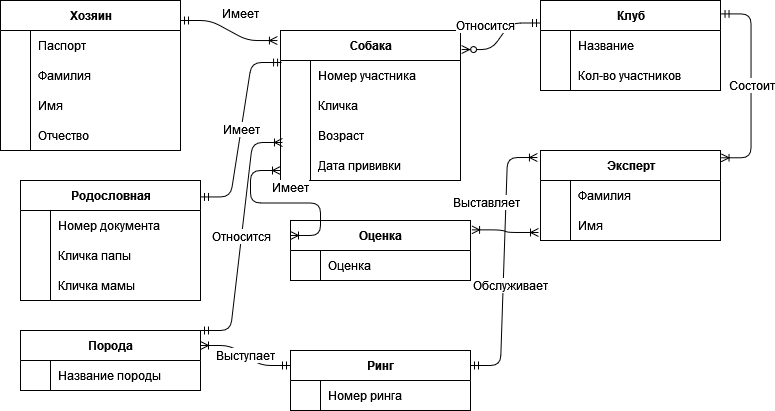
ShavrinAlex/Leti keeps this draw.io diagram as 5_semester/BD/lab_1/er.png. Above is the earlier version. Source tidied: cells renumbered, new cells last; positions are measured from the earlier drawing's top-left corner, leaving out a move shared by most shapes. Source of this version:
```xml
<mxGraphModel>
  <root>
    <mxCell id="0" />
    <mxCell id="1" parent="0" />
    <mxCell id="2" value="Собака" style="shape=table;startSize=30;rowLines=0;fontStyle=1;align=center;html=1;" parent="1" vertex="1">
      <mxGeometry x="280" y="70" width="180" height="150" as="geometry" />
    </mxCell>
    <mxCell id="3" style="shape=tableRow;horizontal=0;startSize=0;swimlaneHead=0;swimlaneBody=0;fillColor=none;points=[[0,0.5],[1,0.5]];portConstraint=eastwest;top=0;left=0;right=0;bottom=0;" parent="2" vertex="1">
      <mxGeometry y="30" width="180" height="30" as="geometry" />
    </mxCell>
    <mxCell id="4" style="shape=partialRectangle;fillColor=none;top=0;left=0;bottom=0;right=0;overflow=hidden;" parent="3" vertex="1">
      <mxGeometry width="30" height="30" as="geometry" />
    </mxCell>
    <mxCell id="5" value="Номер участника" style="shape=partialRectangle;fillColor=none;top=0;left=0;bottom=0;right=0;align=left;spacingLeft=6;overflow=hidden;" parent="3" vertex="1">
      <mxGeometry x="30" width="150" height="30" as="geometry" />
    </mxCell>
    <mxCell id="6" style="shape=tableRow;horizontal=0;startSize=0;swimlaneHead=0;swimlaneBody=0;fillColor=none;top=0;left=0;right=0;bottom=0;" parent="2" vertex="1">
      <mxGeometry y="60" width="180" height="30" as="geometry" />
    </mxCell>
    <mxCell id="7" style="shape=partialRectangle;fillColor=none;top=0;left=0;bottom=0;right=0;overflow=hidden;whiteSpace=wrap;html=1;" parent="6" vertex="1">
      <mxGeometry width="30" height="30" as="geometry" />
    </mxCell>
    <mxCell id="8" value="Кличка" style="shape=partialRectangle;fillColor=none;top=0;left=0;bottom=0;right=0;align=left;spacingLeft=6;overflow=hidden;whiteSpace=wrap;html=1;" parent="6" vertex="1">
      <mxGeometry x="30" width="150" height="30" as="geometry" />
    </mxCell>
    <mxCell id="9" style="shape=tableRow;horizontal=0;startSize=0;swimlaneHead=0;swimlaneBody=0;fillColor=none;points=[[0,0.5],[1,0.5]];portConstraint=eastwest;top=0;left=0;right=0;bottom=0;" parent="2" vertex="1">
      <mxGeometry y="90" width="180" height="30" as="geometry" />
    </mxCell>
    <mxCell id="10" style="shape=partialRectangle;fillColor=none;top=0;left=0;bottom=0;right=0;overflow=hidden;" parent="9" vertex="1">
      <mxGeometry width="30" height="30" as="geometry" />
    </mxCell>
    <mxCell id="11" value="Возраст" style="shape=partialRectangle;fillColor=none;top=0;left=0;bottom=0;right=0;align=left;spacingLeft=6;overflow=hidden;" parent="9" vertex="1">
      <mxGeometry x="30" width="150" height="30" as="geometry" />
    </mxCell>
    <mxCell id="12" style="shape=tableRow;horizontal=0;startSize=0;swimlaneHead=0;swimlaneBody=0;fillColor=none;top=0;left=0;right=0;bottom=0;" parent="2" vertex="1">
      <mxGeometry y="120" width="180" height="30" as="geometry" />
    </mxCell>
    <mxCell id="13" style="shape=partialRectangle;fillColor=none;top=0;left=0;bottom=0;right=0;overflow=hidden;" parent="12" vertex="1">
      <mxGeometry width="30" height="30" as="geometry" />
    </mxCell>
    <mxCell id="14" value="Дата прививки" style="shape=partialRectangle;fillColor=none;top=0;left=0;bottom=0;right=0;align=left;spacingLeft=6;overflow=hidden;" parent="12" vertex="1">
      <mxGeometry x="30" width="150" height="30" as="geometry" />
    </mxCell>
    <mxCell id="15" value="Клуб" style="shape=table;startSize=30;rowLines=0;fontStyle=1;align=center;html=1;" parent="1" vertex="1">
      <mxGeometry x="540" y="40" width="180" height="90" as="geometry" />
    </mxCell>
    <mxCell id="16" style="shape=tableRow;horizontal=0;startSize=0;swimlaneHead=0;swimlaneBody=0;fillColor=none;top=0;left=0;right=0;bottom=0;" parent="15" vertex="1">
      <mxGeometry y="30" width="180" height="30" as="geometry" />
    </mxCell>
    <mxCell id="17" style="shape=partialRectangle;fillColor=none;top=0;left=0;bottom=0;right=0;overflow=hidden;" parent="16" vertex="1">
      <mxGeometry width="30" height="30" as="geometry" />
    </mxCell>
    <mxCell id="18" value="Название" style="shape=partialRectangle;fillColor=none;top=0;left=0;bottom=0;right=0;align=left;spacingLeft=6;overflow=hidden;" parent="16" vertex="1">
      <mxGeometry x="30" width="150" height="30" as="geometry" />
    </mxCell>
    <mxCell id="19" style="shape=tableRow;horizontal=0;startSize=0;swimlaneHead=0;swimlaneBody=0;fillColor=none;top=0;left=0;right=0;bottom=0;" parent="15" vertex="1">
      <mxGeometry y="60" width="180" height="30" as="geometry" />
    </mxCell>
    <mxCell id="20" style="shape=partialRectangle;fillColor=none;top=0;left=0;bottom=0;right=0;overflow=hidden;" parent="19" vertex="1">
      <mxGeometry width="30" height="30" as="geometry" />
    </mxCell>
    <mxCell id="21" value="Кол-во участников" style="shape=partialRectangle;fillColor=none;top=0;left=0;bottom=0;right=0;align=left;spacingLeft=6;overflow=hidden;" parent="19" vertex="1">
      <mxGeometry x="30" width="150" height="30" as="geometry" />
    </mxCell>
    <mxCell id="22" value="Хозяин" style="shape=table;startSize=30;rowLines=0;fontStyle=1;align=center;html=1;" parent="1" vertex="1">
      <mxGeometry y="40" width="180" height="150" as="geometry" />
    </mxCell>
    <mxCell id="23" style="shape=tableRow;horizontal=0;startSize=0;swimlaneHead=0;swimlaneBody=0;fillColor=none;top=0;left=0;right=0;bottom=0;" parent="22" vertex="1">
      <mxGeometry y="30" width="180" height="30" as="geometry" />
    </mxCell>
    <mxCell id="24" style="shape=partialRectangle;fillColor=none;top=0;left=0;bottom=0;right=0;overflow=hidden;" parent="23" vertex="1">
      <mxGeometry width="30" height="30" as="geometry" />
    </mxCell>
    <mxCell id="25" value="Паспорт" style="shape=partialRectangle;fillColor=none;top=0;left=0;bottom=0;right=0;align=left;spacingLeft=6;overflow=hidden;" parent="23" vertex="1">
      <mxGeometry x="30" width="150" height="30" as="geometry" />
    </mxCell>
    <mxCell id="26" style="shape=tableRow;horizontal=0;startSize=0;swimlaneHead=0;swimlaneBody=0;fillColor=none;top=0;left=0;right=0;bottom=0;" parent="22" vertex="1">
      <mxGeometry y="60" width="180" height="30" as="geometry" />
    </mxCell>
    <mxCell id="27" style="shape=partialRectangle;fillColor=none;top=0;left=0;bottom=0;right=0;overflow=hidden;whiteSpace=wrap;html=1;" parent="26" vertex="1">
      <mxGeometry width="30" height="30" as="geometry" />
    </mxCell>
    <mxCell id="28" value="Фамилия" style="shape=partialRectangle;fillColor=none;top=0;left=0;bottom=0;right=0;align=left;spacingLeft=6;overflow=hidden;whiteSpace=wrap;html=1;" parent="26" vertex="1">
      <mxGeometry x="30" width="150" height="30" as="geometry" />
    </mxCell>
    <mxCell id="29" style="shape=tableRow;horizontal=0;startSize=0;swimlaneHead=0;swimlaneBody=0;fillColor=none;top=0;left=0;right=0;bottom=0;" parent="22" vertex="1">
      <mxGeometry y="90" width="180" height="30" as="geometry" />
    </mxCell>
    <mxCell id="30" style="shape=partialRectangle;fillColor=none;top=0;left=0;bottom=0;right=0;overflow=hidden;" parent="29" vertex="1">
      <mxGeometry width="30" height="30" as="geometry" />
    </mxCell>
    <mxCell id="31" value="Имя" style="shape=partialRectangle;fillColor=none;top=0;left=0;bottom=0;right=0;align=left;spacingLeft=6;overflow=hidden;" parent="29" vertex="1">
      <mxGeometry x="30" width="150" height="30" as="geometry" />
    </mxCell>
    <mxCell id="32" style="shape=tableRow;horizontal=0;startSize=0;swimlaneHead=0;swimlaneBody=0;fillColor=none;top=0;left=0;right=0;bottom=0;" parent="22" vertex="1">
      <mxGeometry y="120" width="180" height="30" as="geometry" />
    </mxCell>
    <mxCell id="33" style="shape=partialRectangle;fillColor=none;top=0;left=0;bottom=0;right=0;overflow=hidden;" parent="32" vertex="1">
      <mxGeometry width="30" height="30" as="geometry" />
    </mxCell>
    <mxCell id="34" value="Отчество" style="shape=partialRectangle;fillColor=none;top=0;left=0;bottom=0;right=0;align=left;spacingLeft=6;overflow=hidden;" parent="32" vertex="1">
      <mxGeometry x="30" width="150" height="30" as="geometry" />
    </mxCell>
    <mxCell id="35" value="Эксперт" style="shape=table;startSize=30;rowLines=0;fontStyle=1;align=center;html=1;" parent="1" vertex="1">
      <mxGeometry x="540" y="190" width="180" height="90" as="geometry" />
    </mxCell>
    <mxCell id="36" style="shape=tableRow;horizontal=0;startSize=0;swimlaneHead=0;swimlaneBody=0;fillColor=none;top=0;left=0;right=0;bottom=0;" parent="35" vertex="1">
      <mxGeometry y="30" width="180" height="30" as="geometry" />
    </mxCell>
    <mxCell id="37" style="shape=partialRectangle;fillColor=none;top=0;left=0;bottom=0;right=0;overflow=hidden;whiteSpace=wrap;html=1;" parent="36" vertex="1">
      <mxGeometry width="30" height="30" as="geometry" />
    </mxCell>
    <mxCell id="38" value="Фамилия" style="shape=partialRectangle;fillColor=none;top=0;left=0;bottom=0;right=0;align=left;spacingLeft=6;overflow=hidden;whiteSpace=wrap;html=1;" parent="36" vertex="1">
      <mxGeometry x="30" width="150" height="30" as="geometry" />
    </mxCell>
    <mxCell id="39" style="shape=tableRow;horizontal=0;startSize=0;swimlaneHead=0;swimlaneBody=0;fillColor=none;points=[[0,0.5],[1,0.5]];portConstraint=eastwest;top=0;left=0;right=0;bottom=0;" parent="35" vertex="1">
      <mxGeometry y="60" width="180" height="30" as="geometry" />
    </mxCell>
    <mxCell id="40" style="shape=partialRectangle;fillColor=none;top=0;left=0;bottom=0;right=0;overflow=hidden;whiteSpace=wrap;html=1;" parent="39" vertex="1">
      <mxGeometry width="30" height="30" as="geometry" />
    </mxCell>
    <mxCell id="41" value="Имя" style="shape=partialRectangle;fillColor=none;top=0;left=0;bottom=0;right=0;align=left;spacingLeft=6;overflow=hidden;whiteSpace=wrap;html=1;" parent="39" vertex="1">
      <mxGeometry x="30" width="150" height="30" as="geometry" />
    </mxCell>
    <mxCell id="42" value="Ринг" style="shape=table;startSize=30;rowLines=0;fontStyle=1;align=center;html=1;" parent="1" vertex="1">
      <mxGeometry x="290" y="390" width="180" height="60" as="geometry" />
    </mxCell>
    <mxCell id="43" style="shape=tableRow;horizontal=0;startSize=0;swimlaneHead=0;swimlaneBody=0;fillColor=none;top=0;left=0;right=0;bottom=0;" parent="42" vertex="1">
      <mxGeometry y="30" width="180" height="30" as="geometry" />
    </mxCell>
    <mxCell id="44" style="shape=partialRectangle;fillColor=none;top=0;left=0;bottom=0;right=0;overflow=hidden;" parent="43" vertex="1">
      <mxGeometry width="30" height="30" as="geometry" />
    </mxCell>
    <mxCell id="45" value="Номер ринга" style="shape=partialRectangle;fillColor=none;top=0;left=0;bottom=0;right=0;align=left;spacingLeft=6;overflow=hidden;" parent="43" vertex="1">
      <mxGeometry x="30" width="150" height="30" as="geometry" />
    </mxCell>
    <mxCell id="46" value="Родословная" style="shape=table;startSize=30;rowLines=0;fontStyle=1;align=center;html=1;" parent="1" vertex="1">
      <mxGeometry x="20" y="220" width="180" height="120" as="geometry" />
    </mxCell>
    <mxCell id="47" style="shape=tableRow;horizontal=0;startSize=0;swimlaneHead=0;swimlaneBody=0;fillColor=none;top=0;left=0;right=0;bottom=0;" parent="46" vertex="1">
      <mxGeometry y="30" width="180" height="30" as="geometry" />
    </mxCell>
    <mxCell id="48" style="shape=partialRectangle;fillColor=none;top=0;left=0;bottom=0;right=0;overflow=hidden;" parent="47" vertex="1">
      <mxGeometry width="30" height="30" as="geometry" />
    </mxCell>
    <mxCell id="49" value="Номер документа" style="shape=partialRectangle;fillColor=none;top=0;left=0;bottom=0;right=0;align=left;spacingLeft=6;overflow=hidden;" parent="47" vertex="1">
      <mxGeometry x="30" width="150" height="30" as="geometry" />
    </mxCell>
    <mxCell id="50" style="shape=tableRow;horizontal=0;startSize=0;swimlaneHead=0;swimlaneBody=0;fillColor=none;top=0;left=0;right=0;bottom=0;" parent="46" vertex="1">
      <mxGeometry y="60" width="180" height="30" as="geometry" />
    </mxCell>
    <mxCell id="51" style="shape=partialRectangle;fillColor=none;top=0;left=0;bottom=0;right=0;overflow=hidden;whiteSpace=wrap;html=1;" parent="50" vertex="1">
      <mxGeometry width="30" height="30" as="geometry" />
    </mxCell>
    <mxCell id="52" value="Кличка папы" style="shape=partialRectangle;fillColor=none;top=0;left=0;bottom=0;right=0;align=left;spacingLeft=6;overflow=hidden;whiteSpace=wrap;html=1;" parent="50" vertex="1">
      <mxGeometry x="30" width="150" height="30" as="geometry" />
    </mxCell>
    <mxCell id="53" style="shape=tableRow;horizontal=0;startSize=0;swimlaneHead=0;swimlaneBody=0;fillColor=none;top=0;left=0;right=0;bottom=0;" parent="46" vertex="1">
      <mxGeometry y="90" width="180" height="30" as="geometry" />
    </mxCell>
    <mxCell id="54" style="shape=partialRectangle;fillColor=none;top=0;left=0;bottom=0;right=0;overflow=hidden;whiteSpace=wrap;html=1;" parent="53" vertex="1">
      <mxGeometry width="30" height="30" as="geometry" />
    </mxCell>
    <mxCell id="55" value="Кличка мамы" style="shape=partialRectangle;fillColor=none;top=0;left=0;bottom=0;right=0;align=left;spacingLeft=6;overflow=hidden;whiteSpace=wrap;html=1;" parent="53" vertex="1">
      <mxGeometry x="30" width="150" height="30" as="geometry" />
    </mxCell>
    <mxCell id="56" value="Порода" style="shape=table;startSize=30;rowLines=0;fontStyle=1;align=center;html=1;" parent="1" vertex="1">
      <mxGeometry x="20" y="370" width="180" height="60" as="geometry" />
    </mxCell>
    <mxCell id="57" style="shape=tableRow;horizontal=0;startSize=0;swimlaneHead=0;swimlaneBody=0;fillColor=none;top=0;left=0;right=0;bottom=0;" parent="56" vertex="1">
      <mxGeometry y="30" width="180" height="30" as="geometry" />
    </mxCell>
    <mxCell id="58" style="shape=partialRectangle;fillColor=none;top=0;left=0;bottom=0;right=0;overflow=hidden;" parent="57" vertex="1">
      <mxGeometry width="30" height="30" as="geometry" />
    </mxCell>
    <mxCell id="59" value="Название породы" style="shape=partialRectangle;fillColor=none;top=0;left=0;bottom=0;right=0;align=left;spacingLeft=6;overflow=hidden;" parent="57" vertex="1">
      <mxGeometry x="30" width="150" height="30" as="geometry" />
    </mxCell>
    <mxCell id="60" value="Имеет" style="edgeStyle=entityRelationEdgeStyle;fontSize=12;html=1;endArrow=ERoneToMany;startArrow=ERmandOne;rounded=1;exitX=1;exitY=0;exitDx=0;exitDy=0;entryX=-0.017;entryY=0.067;entryDx=0;entryDy=0;entryPerimeter=0;" parent="1" edge="1" target="2">
      <mxGeometry x="0.04" y="20" relative="1" as="geometry">
        <mxPoint x="180" y="60" as="sourcePoint" />
        <Array as="points">
          <mxPoint x="220" y="60" />
          <mxPoint x="200" y="60" />
          <mxPoint x="220" />
          <mxPoint x="220" y="40" />
          <mxPoint x="240" y="30" />
        </Array>
      </mxGeometry>
    </mxCell>
    <mxCell id="61" value="Имеет" style="edgeStyle=entityRelationEdgeStyle;fontSize=12;html=1;endArrow=ERmandOne;startArrow=ERmandOne;rounded=1;entryX=0.006;entryY=0.067;entryDx=0;entryDy=0;exitX=1;exitY=0.137;exitDx=0;exitDy=0;exitPerimeter=0;entryPerimeter=0;" parent="1" edge="1" source="46" target="3">
      <mxGeometry relative="1" as="geometry">
        <Array as="points">
          <mxPoint x="210" y="246" />
          <mxPoint x="220" y="240" />
        </Array>
      </mxGeometry>
    </mxCell>
    <mxCell id="62" value="Состоит" style="edgeStyle=entityRelationEdgeStyle;fontSize=12;html=1;endArrow=ERoneToMany;startArrow=ERmandOne;rounded=1;entryX=1.003;entryY=0.081;entryDx=0;entryDy=0;entryPerimeter=0;exitX=1.003;exitY=0.149;exitDx=0;exitDy=0;exitPerimeter=0;" parent="1" edge="1" source="15" target="35">
      <mxGeometry relative="1" as="geometry" />
    </mxCell>
    <mxCell id="63" value="Обслуживает" style="edgeStyle=entityRelationEdgeStyle;fontSize=12;html=1;endArrow=ERoneToMany;startArrow=ERmandOne;rounded=1;entryX=-0.017;entryY=0.078;entryDx=0;entryDy=0;entryPerimeter=0;exitX=1;exitY=0.25;exitDx=0;exitDy=0;" parent="1" edge="1" source="42" target="35">
      <mxGeometry x="-0.18" y="-7" relative="1" as="geometry" />
    </mxCell>
    <mxCell id="64" value="Выступает" style="edgeStyle=entityRelationEdgeStyle;fontSize=12;html=1;endArrow=ERoneToMany;startArrow=ERmandOne;rounded=1;entryX=1;entryY=0.25;entryDx=0;entryDy=0;exitX=0;exitY=0.25;exitDx=0;exitDy=0;" parent="1" edge="1" source="42" target="56">
      <mxGeometry relative="1" as="geometry">
        <Array as="points">
          <mxPoint x="280" y="402.9" />
          <mxPoint x="230" y="384.4" />
        </Array>
      </mxGeometry>
    </mxCell>
    <mxCell id="65" value="Относится" style="edgeStyle=entityRelationEdgeStyle;fontSize=12;html=1;endArrow=ERoneToMany;startArrow=ERmandOne;rounded=1;exitX=1;exitY=0;exitDx=0;exitDy=0;entryX=0.011;entryY=0.733;entryDx=0;entryDy=0;entryPerimeter=0;" parent="1" edge="1" source="56" target="9">
      <mxGeometry relative="1" as="geometry" />
    </mxCell>
    <mxCell id="66" value="Оценка" style="shape=table;startSize=30;rowLines=0;fontStyle=1;align=center;html=1;" parent="1" vertex="1">
      <mxGeometry x="290" y="260" width="180" height="60" as="geometry" />
    </mxCell>
    <mxCell id="67" style="shape=tableRow;horizontal=0;startSize=0;swimlaneHead=0;swimlaneBody=0;fillColor=none;top=0;left=0;right=0;bottom=0;" parent="66" vertex="1">
      <mxGeometry y="30" width="180" height="30" as="geometry" />
    </mxCell>
    <mxCell id="68" style="shape=partialRectangle;fillColor=none;top=0;left=0;bottom=0;right=0;overflow=hidden;whiteSpace=wrap;html=1;" parent="67" vertex="1">
      <mxGeometry width="30" height="30" as="geometry" />
    </mxCell>
    <mxCell id="69" value="Оценка" style="shape=partialRectangle;fillColor=none;top=0;left=0;bottom=0;right=0;align=left;spacingLeft=6;overflow=hidden;whiteSpace=wrap;html=1;" parent="67" vertex="1">
      <mxGeometry x="30" width="150" height="30" as="geometry" />
    </mxCell>
    <mxCell id="70" value="Выставляет" style="edgeStyle=entityRelationEdgeStyle;fontSize=12;html=1;endArrow=ERoneToMany;startArrow=ERoneToMany;rounded=1;entryX=-0.011;entryY=0.733;entryDx=0;entryDy=0;entryPerimeter=0;exitX=1.006;exitY=0.156;exitDx=0;exitDy=0;exitPerimeter=0;" parent="1" edge="1" source="66" target="39">
      <mxGeometry x="-0.32" y="17" relative="1" as="geometry">
        <mxPoint x="-8" y="-10" as="offset" />
      </mxGeometry>
    </mxCell>
    <mxCell id="71" value="Имеет" style="edgeStyle=entityRelationEdgeStyle;fontSize=12;html=1;endArrow=ERoneToMany;startArrow=ERoneToMany;rounded=1;exitX=0;exitY=0.25;exitDx=0;exitDy=0;" parent="1" edge="1" source="66">
      <mxGeometry x="-0.05" y="-16" relative="1" as="geometry">
        <mxPoint x="280" y="210" as="targetPoint" />
      </mxGeometry>
    </mxCell>
    <mxCell id="72" value="Относится" style="edgeStyle=entityRelationEdgeStyle;fontSize=12;html=1;endArrow=ERzeroToMany;startArrow=ERmandOne;rounded=1;entryX=1.006;entryY=0.127;entryDx=0;entryDy=0;entryPerimeter=0;exitX=0;exitY=0.25;exitDx=0;exitDy=0;" parent="1" edge="1" source="15" target="2">
      <mxGeometry x="0.03" y="-19" relative="1" as="geometry" />
    </mxCell>
  </root>
</mxGraphModel>
```
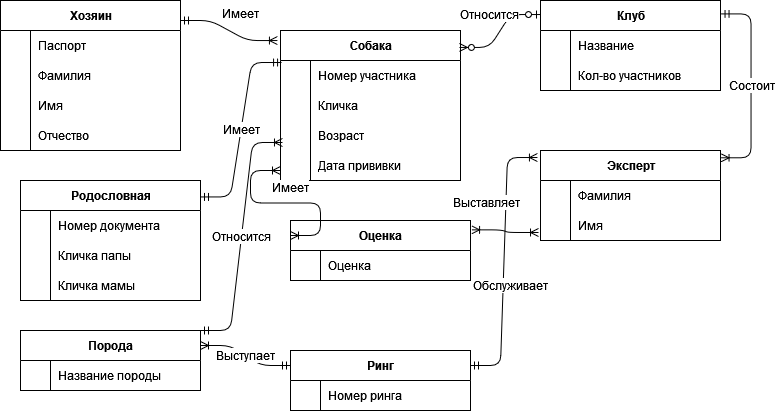
The same file after the commit.

Change to the diagram source:
```diff
@@ -235,8 +235,8 @@
         <mxPoint x="280" y="210" as="targetPoint" />
       </mxGeometry>
     </mxCell>
-    <mxCell id="72" value="Относится" style="edgeStyle=entityRelationEdgeStyle;fontSize=12;html=1;endArrow=ERzeroToMany;startArrow=ERmandOne;rounded=1;entryX=1.006;entryY=0.127;entryDx=0;entryDy=0;entryPerimeter=0;exitX=0;exitY=0.25;exitDx=0;exitDy=0;" parent="1" edge="1" source="15" target="2">
-      <mxGeometry x="0.03" y="-19" relative="1" as="geometry" />
+    <mxCell id="72" value="Относится" style="edgeStyle=entityRelationEdgeStyle;fontSize=12;html=1;endArrow=ERzeroToMany;startArrow=ERzeroToOne;rounded=1;exitX=0;exitY=0.156;exitDx=0;exitDy=0;exitPerimeter=0;entryX=0.994;entryY=0.113;entryDx=0;entryDy=0;entryPerimeter=0;" parent="1" edge="1" source="15" target="2">
+      <mxGeometry x="-0.16" y="-18" relative="1" as="geometry" />
     </mxCell>
   </root>
 </mxGraphModel>
```
